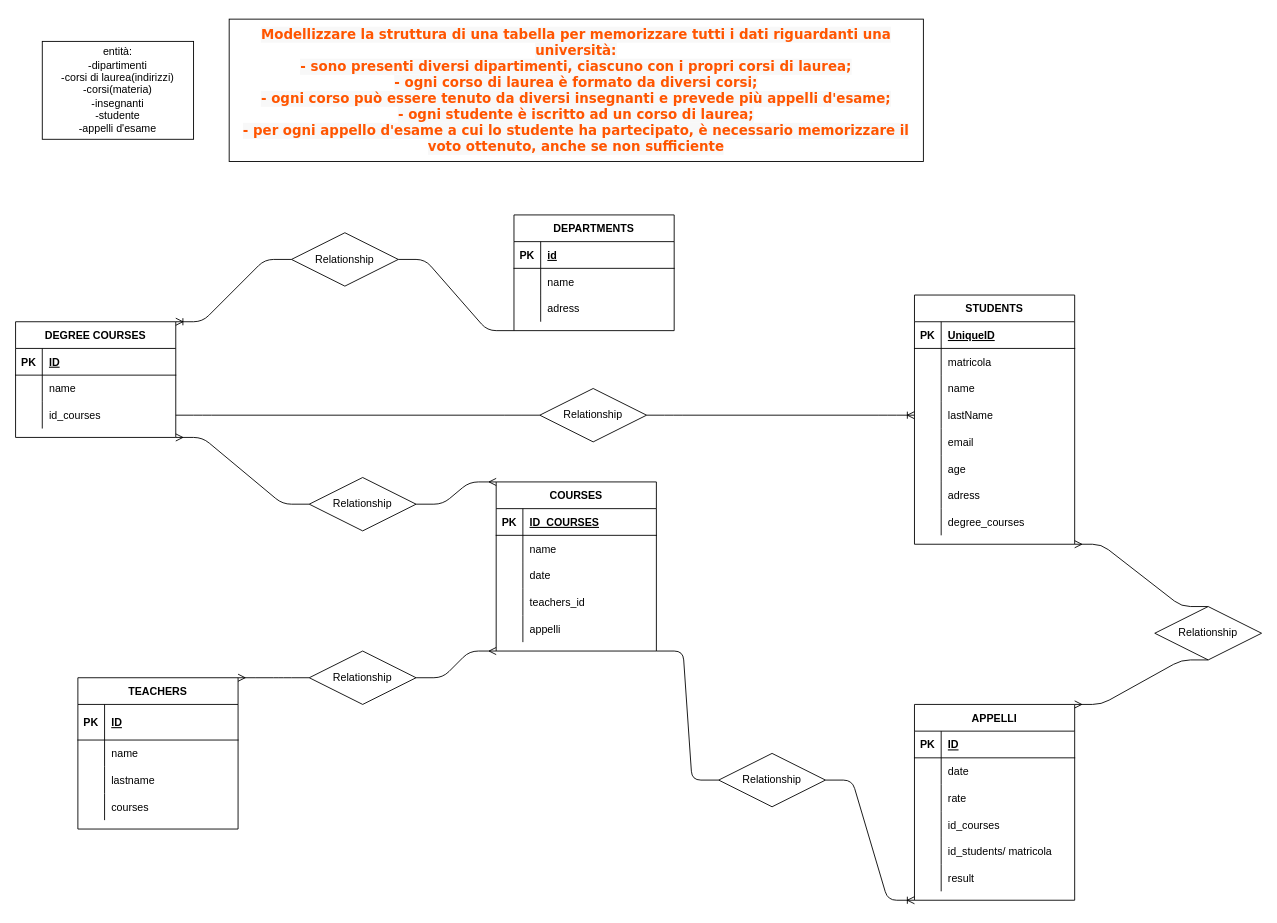
This is db_university.drawio from pater97/db-university, a draw.io file, before an edit. Source tidied: cells renumbered, new cells numbered last; positions are measured from the earlier drawing's top-left corner, leaving out a move shared by most shapes. Both pictures are drawn from the tidied source at 89%, with x=0, y=0 at pixel (15, 19).
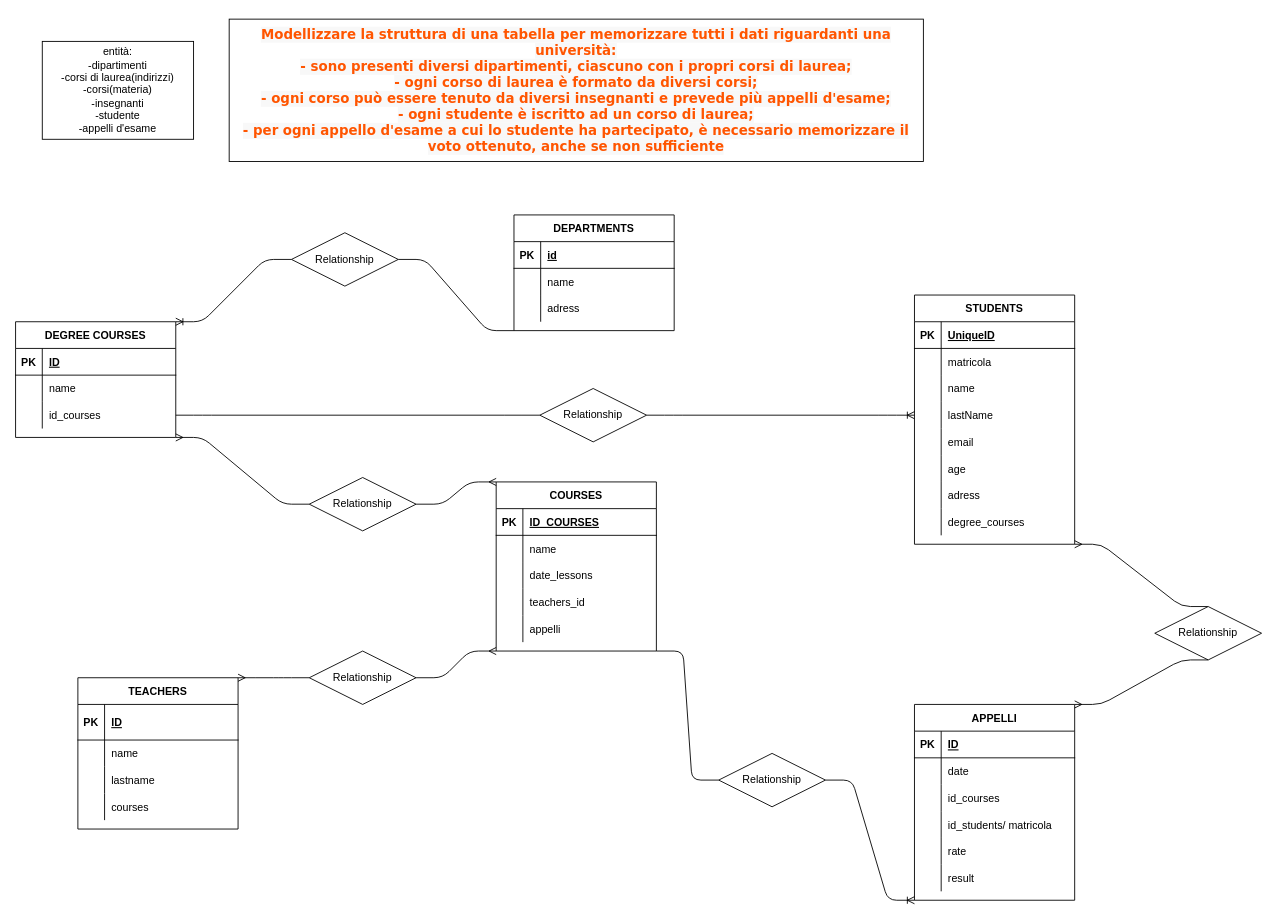
Above is the later version.

Commit message:
database university completo

The change refers to these unchanged cells:
```xml
<mxCell id="62" value="APPELLI" style="shape=table;startSize=30;childLayout=tableLayout;rowLines=0;fontStyle=1;align=center;" parent="1" vertex="1">
  <mxGeometry x="1010" y="770" width="180" height="220" as="geometry" />
</mxCell>
<mxCell id="91" style="shape=partialRectangle;fillColor=none;top=0;left=0;bottom=0;right=0;" parent="84" vertex="1">
  <mxGeometry y="90" width="180" height="30" as="geometry" />
</mxCell>
```

What changed in the source:
```diff
@@
-    <mxCell id="69" style="shape=partialRectangle;fillColor=none;top=0;left=0;bottom=0;right=0;" parent="62" vertex="1">
-      <mxGeometry y="90" width="180" height="30" as="geometry" />
-    </mxCell>
-    <mxCell id="70" style="shape=partialRectangle;fillColor=none;top=0;left=0;bottom=0;right=0;overflow=hidden;" parent="69" vertex="1">
-      <mxGeometry width="30" height="30" as="geometry" />
-    </mxCell>
-    <mxCell id="71" value="rate" style="shape=partialRectangle;fillColor=none;top=0;left=0;bottom=0;right=0;align=left;spacingLeft=6;overflow=hidden;" parent="69" vertex="1">
-      <mxGeometry x="30" width="150" height="30" as="geometry" />
-    </mxCell>
     <mxCell id="72" style="shape=partialRectangle;fillColor=none;top=0;left=0;bottom=0;right=0;" parent="62" vertex="1">
-      <mxGeometry y="120" width="180" height="30" as="geometry" />
+      <mxGeometry y="90" width="180" height="30" as="geometry" />
     </mxCell>
@@
     <mxCell id="75" style="shape=partialRectangle;fillColor=none;top=0;left=0;bottom=0;right=0;" parent="62" vertex="1">
-      <mxGeometry y="150" width="180" height="30" as="geometry" />
+      <mxGeometry y="120" width="180" height="30" as="geometry" />
     </mxCell>
@@
+    <mxCell id="115" style="shape=partialRectangle;fillColor=none;top=0;left=0;bottom=0;right=0;" parent="62" vertex="1">
+      <mxGeometry y="150" width="180" height="30" as="geometry" />
+    </mxCell>
+    <mxCell id="70" style="shape=partialRectangle;fillColor=none;top=0;left=0;bottom=0;right=0;overflow=hidden;" parent="115" vertex="1">
+      <mxGeometry width="30" height="30" as="geometry" />
+    </mxCell>
+    <mxCell id="71" value="rate" style="shape=partialRectangle;fillColor=none;top=0;left=0;bottom=0;right=0;align=left;spacingLeft=6;overflow=hidden;" parent="115" vertex="1">
+      <mxGeometry x="30" width="150" height="30" as="geometry" />
+    </mxCell>
@@
-    <mxCell id="93" value="date" style="shape=partialRectangle;fillColor=none;top=0;left=0;bottom=0;right=0;align=left;spacingLeft=6;overflow=hidden;" parent="91" vertex="1">
+    <mxCell id="93" value="date_lessons" style="shape=partialRectangle;fillColor=none;top=0;left=0;bottom=0;right=0;align=left;spacingLeft=6;overflow=hidden;" parent="91" vertex="1">
       <mxGeometry x="30" width="150" height="30" as="geometry" />
     </mxCell>
```
